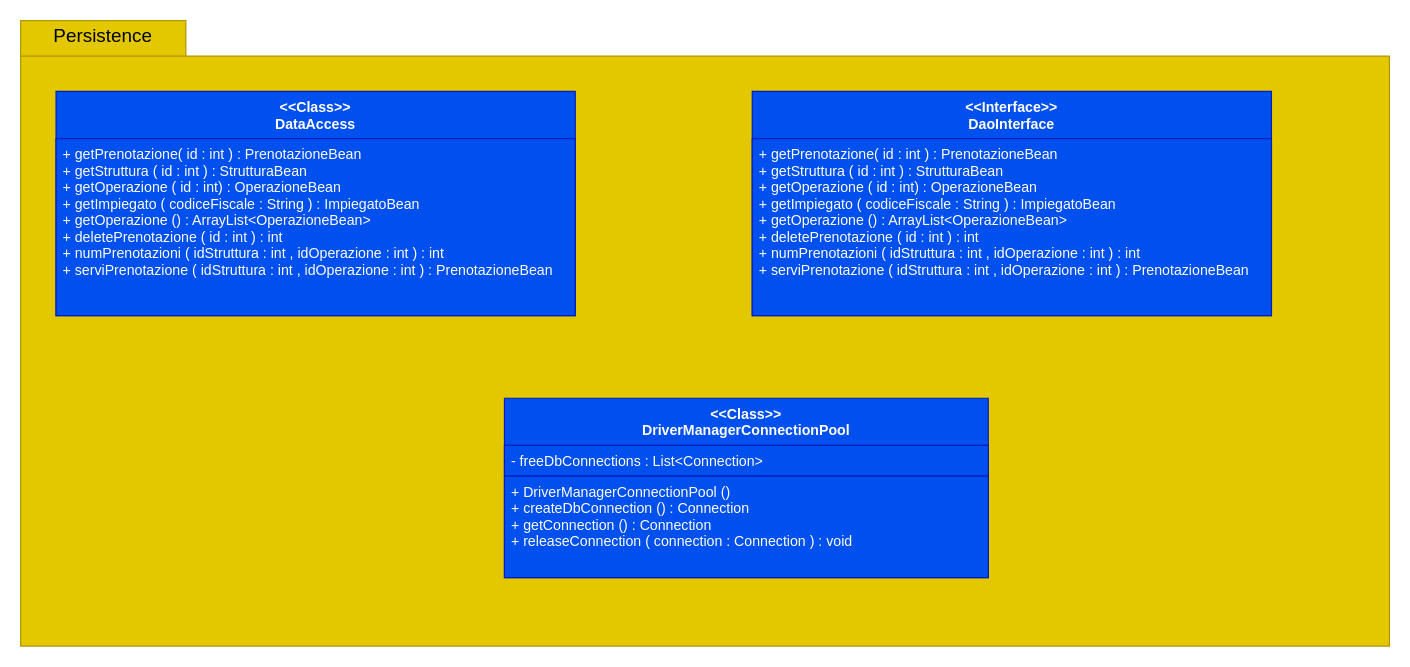
Earlier version of the draw.io diagram Documenti/ODD/Packages/AppDesktop/Persistence.drawio (Givaa/MedQueue). Source tidied: cells renumbered, new cells numbered last; positions are measured from the earlier drawing's top-left corner, leaving out a move shared by most shapes. Both pictures are drawn from the tidied source at 118%, with x=0, y=0 at pixel (20, 20).
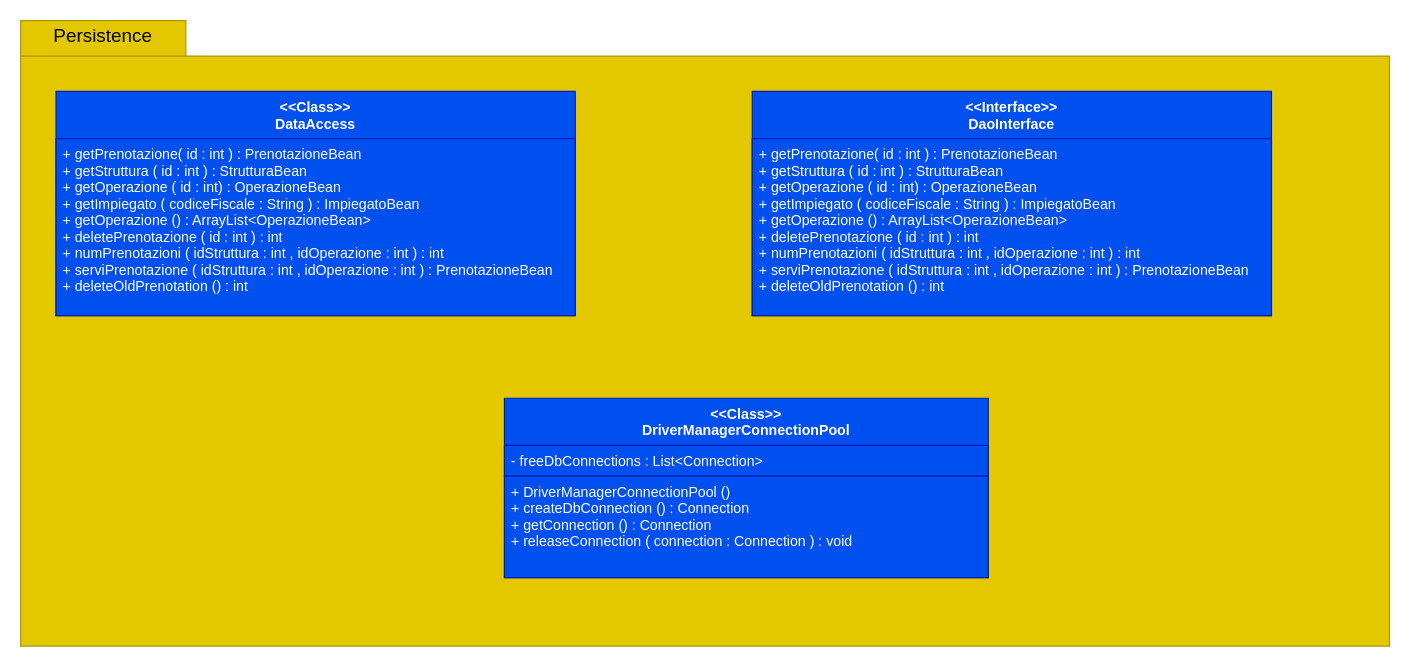
After the change.

Diff of the diagram source:
```diff
@@
 <mxGraphModel>
   <root>
     <mxCell id="0" />
     <mxCell id="1" parent="0" />
     <mxCell id="2" style="shape=folder;fontStyle=1;spacingTop=10;tabWidth=140;tabHeight=30;tabPosition=left;html=1;fillColor=#e3c800;strokeColor=#B09500;fontColor=#ffffff;" parent="1" vertex="1">
       <mxGeometry width="1160" height="530" as="geometry" />
     </mxCell>
     <mxCell id="3" value="&lt;&lt;Class&gt;&gt;&#10;DataAccess" style="swimlane;fontStyle=1;align=center;verticalAlign=top;horizontal=1;startSize=40;fillColor=#0050ef;strokeColor=#001DBC;fontColor=#ffffff;" parent="1" vertex="1">
       <mxGeometry x="30" y="60" width="440" height="190" as="geometry" />
     </mxCell>
-    <mxCell id="4" value="+ getPrenotazione( id : int ) : PrenotazioneBean&#10;+ getStruttura ( id : int ) : StrutturaBean&#10;+ getOperazione ( id : int) : OperazioneBean&#10;+ getImpiegato ( codiceFiscale : String ) : ImpiegatoBean&#10;+ getOperazione () : ArrayList&lt;OperazioneBean&gt;&#10;+ deletePrenotazione ( id : int ) : int&#10;+ numPrenotazioni ( idStruttura : int , idOperazione : int ) : int&#10;+ serviPrenotazione ( idStruttura : int , idOperazione : int ) : PrenotazioneBean" style="text;strokeColor=#001DBC;fillColor=#0050ef;align=left;verticalAlign=top;spacingLeft=4;spacingRight=4;overflow=hidden;fontColor=#ffffff;" parent="3" vertex="1">
+    <mxCell id="4" value="+ getPrenotazione( id : int ) : PrenotazioneBean&#10;+ getStruttura ( id : int ) : StrutturaBean&#10;+ getOperazione ( id : int) : OperazioneBean&#10;+ getImpiegato ( codiceFiscale : String ) : ImpiegatoBean&#10;+ getOperazione () : ArrayList&lt;OperazioneBean&gt;&#10;+ deletePrenotazione ( id : int ) : int&#10;+ numPrenotazioni ( idStruttura : int , idOperazione : int ) : int&#10;+ serviPrenotazione ( idStruttura : int , idOperazione : int ) : PrenotazioneBean&#10;+ deleteOldPrenotation () : int" style="text;strokeColor=#001DBC;fillColor=#0050ef;align=left;verticalAlign=top;spacingLeft=4;spacingRight=4;overflow=hidden;fontColor=#ffffff;" parent="3" vertex="1">
       <mxGeometry y="40" width="440" height="150" as="geometry" />
     </mxCell>
     <mxCell id="5" value="&lt;&lt;Interface&gt;&gt;&#10;DaoInterface" style="swimlane;fontStyle=1;align=center;verticalAlign=top;horizontal=1;startSize=40;fillColor=#0050ef;strokeColor=#001DBC;fontColor=#ffffff;" parent="1" vertex="1">
       <mxGeometry x="620" y="60" width="440" height="190" as="geometry" />
     </mxCell>
-    <mxCell id="6" value="+ getPrenotazione( id : int ) : PrenotazioneBean&#10;+ getStruttura ( id : int ) : StrutturaBean&#10;+ getOperazione ( id : int) : OperazioneBean&#10;+ getImpiegato ( codiceFiscale : String ) : ImpiegatoBean&#10;+ getOperazione () : ArrayList&lt;OperazioneBean&gt;&#10;+ deletePrenotazione ( id : int ) : int&#10;+ numPrenotazioni ( idStruttura : int , idOperazione : int ) : int&#10;+ serviPrenotazione ( idStruttura : int , idOperazione : int ) : PrenotazioneBean" style="text;strokeColor=#001DBC;fillColor=#0050ef;align=left;verticalAlign=top;spacingLeft=4;spacingRight=4;overflow=hidden;fontColor=#ffffff;" parent="5" vertex="1">
+    <mxCell id="6" value="+ getPrenotazione( id : int ) : PrenotazioneBean&#10;+ getStruttura ( id : int ) : StrutturaBean&#10;+ getOperazione ( id : int) : OperazioneBean&#10;+ getImpiegato ( codiceFiscale : String ) : ImpiegatoBean&#10;+ getOperazione () : ArrayList&lt;OperazioneBean&gt;&#10;+ deletePrenotazione ( id : int ) : int&#10;+ numPrenotazioni ( idStruttura : int , idOperazione : int ) : int&#10;+ serviPrenotazione ( idStruttura : int , idOperazione : int ) : PrenotazioneBean&#10;+ deleteOldPrenotation () : int" style="text;strokeColor=#001DBC;fillColor=#0050ef;align=left;verticalAlign=top;spacingLeft=4;spacingRight=4;overflow=hidden;fontColor=#ffffff;" parent="5" vertex="1">
       <mxGeometry y="40" width="440" height="150" as="geometry" />
     </mxCell>
     <mxCell id="7" value="&lt;&lt;Class&gt;&gt;&#10;DriverManagerConnectionPool" style="swimlane;fontStyle=1;align=center;verticalAlign=top;horizontal=1;startSize=40;fillColor=#0050ef;strokeColor=#001DBC;fontColor=#ffffff;" parent="1" vertex="1">
       <mxGeometry x="410" y="320" width="410" height="152" as="geometry" />
     </mxCell>
     <mxCell id="8" value="- freeDbConnections : List&lt;Connection&gt;" style="text;strokeColor=#001DBC;fillColor=#0050ef;align=left;verticalAlign=top;spacingLeft=4;spacingRight=4;overflow=hidden;fontColor=#ffffff;" parent="7" vertex="1">
       <mxGeometry y="40" width="410" height="26" as="geometry" />
     </mxCell>
     <mxCell id="9" value="+ DriverManagerConnectionPool ()&#10;+ createDbConnection () : Connection&#10;+ getConnection () : Connection&#10;+ releaseConnection ( connection : Connection ) : void" style="text;strokeColor=#001DBC;fillColor=#0050ef;align=left;verticalAlign=top;spacingLeft=4;spacingRight=4;overflow=hidden;fontColor=#ffffff;" parent="7" vertex="1">
       <mxGeometry y="66" width="410" height="86" as="geometry" />
     </mxCell>
     <mxCell id="10" value="&lt;font style=&quot;font-size: 16px&quot;&gt;Persistence&lt;/font&gt;" style="text;html=1;strokeColor=none;fillColor=none;align=center;verticalAlign=middle;whiteSpace=wrap;rounded=0;strokeWidth=1;" parent="1" vertex="1">
       <mxGeometry x="50" y="3" width="40" height="20" as="geometry" />
     </mxCell>
   </root>
 </mxGraphModel>
```
